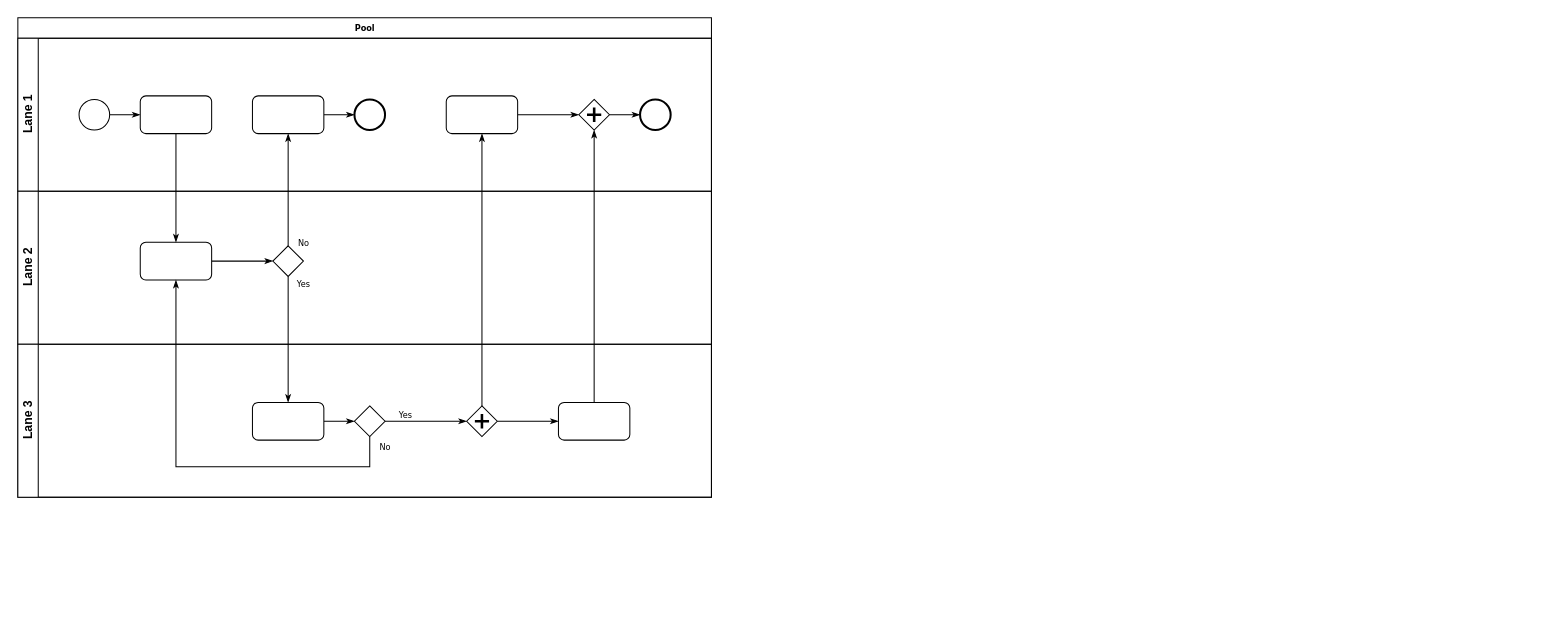
Above: fluxogramas/Diagrama sem nome.drawio in felipegps/fluxogramas (draw.io), before the change. Source tidied: cells renumbered, new cells numbered last; positions are measured from the earlier drawing's top-left corner, leaving out a move shared by most shapes. Both pictures are drawn from the tidied source at 102%, with x=0, y=0 at pixel (17, 17).
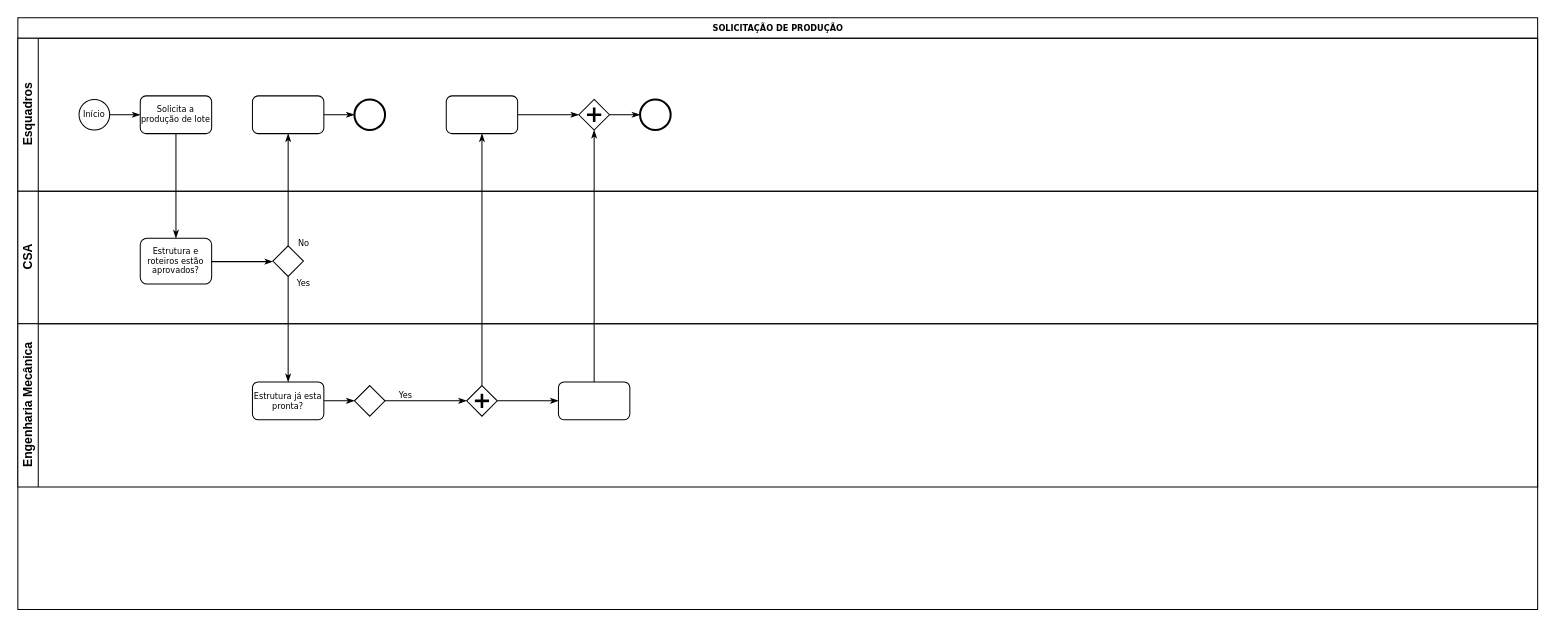
The same diagram, later.

The change refers to these unchanged cells:
```xml
<mxCell id="18" style="strokeWidth=1;html=1;shape=mxgraph.flowchart.decision;whiteSpace=wrap;rounded=1;shadow=0;labelBackgroundColor=none;fontFamily=Verdana;fontSize=8;align=center;" parent="15" vertex="1">
  <mxGeometry x="250" y="53.5" width="30" height="30" as="geometry" />
</mxCell>
<mxCell id="23" style="strokeWidth=1;html=1;shape=mxgraph.flowchart.decision;whiteSpace=wrap;rounded=1;shadow=0;labelBackgroundColor=none;fontFamily=Verdana;fontSize=8;align=center;" parent="19" vertex="1">
  <mxGeometry x="330" y="60.5" width="30" height="30" as="geometry" />
</mxCell>
```

Diff of the diagram source:
```diff
@@
-    <mxCell id="2" value="Pool" style="swimlane;html=1;horizontal=1;startSize=20;rounded=0;shadow=0;labelBackgroundColor=none;strokeWidth=1;fontFamily=Verdana;fontSize=8;align=center;" parent="1" vertex="1">
-      <mxGeometry width="680" height="470" as="geometry" />
+    <mxCell id="2" value="SOLICITAÇÃO DE PRODUÇÃO" style="swimlane;html=1;horizontal=1;startSize=20;rounded=0;shadow=0;labelBackgroundColor=none;strokeWidth=1;fontFamily=Verdana;fontSize=8;align=center;" parent="1" vertex="1">
+      <mxGeometry width="1490" height="580" as="geometry" />
     </mxCell>
-    <mxCell id="3" value="Lane 1" style="swimlane;html=1;startSize=20;horizontal=0;" parent="2" vertex="1">
-      <mxGeometry y="20" width="680" height="150" as="geometry" />
+    <mxCell id="3" value="Esquadros" style="swimlane;html=1;startSize=20;horizontal=0;" parent="2" vertex="1">
+      <mxGeometry y="20" width="1490" height="150" as="geometry" />
     </mxCell>
@@
-    <mxCell id="5" style="ellipse;whiteSpace=wrap;html=1;rounded=0;shadow=0;labelBackgroundColor=none;strokeWidth=1;fontFamily=Verdana;fontSize=8;align=center;" parent="3" vertex="1">
+    <mxCell id="5" value="Início" style="ellipse;whiteSpace=wrap;html=1;rounded=0;shadow=0;labelBackgroundColor=none;strokeWidth=1;fontFamily=Verdana;fontSize=8;align=center;" parent="3" vertex="1">
       <mxGeometry x="60" y="60" width="30" height="30" as="geometry" />
     </mxCell>
-    <mxCell id="6" style="rounded=1;whiteSpace=wrap;html=1;shadow=0;labelBackgroundColor=none;strokeWidth=1;fontFamily=Verdana;fontSize=8;align=center;" parent="3" vertex="1">
+    <mxCell id="6" value="Solicita a produção de lote" style="rounded=1;whiteSpace=wrap;html=1;shadow=0;labelBackgroundColor=none;strokeWidth=1;fontFamily=Verdana;fontSize=8;align=center;" parent="3" vertex="1">
       <mxGeometry x="120" y="56.5" width="70" height="37" as="geometry" />
     </mxCell>
@@
-    <mxCell id="15" value="Lane 2" style="swimlane;html=1;startSize=20;horizontal=0;" parent="2" vertex="1">
-      <mxGeometry y="170" width="680" height="150" as="geometry" />
+    <mxCell id="15" value="CSA" style="swimlane;html=1;startSize=20;horizontal=0;" parent="2" vertex="1">
+      <mxGeometry y="170" width="1490" height="130" as="geometry" />
     </mxCell>
-    <mxCell id="16" style="edgeStyle=orthogonalEdgeStyle;rounded=0;html=1;labelBackgroundColor=none;startArrow=none;startFill=0;startSize=5;endArrow=classicThin;endFill=1;endSize=5;jettySize=auto;strokeWidth=1;fontFamily=Verdana;fontSize=8;" parent="15" edge="1" source="17" target="18">
-      <mxGeometry relative="1" as="geometry" />
+    <mxCell id="16" style="edgeStyle=orthogonalEdgeStyle;rounded=0;html=1;labelBackgroundColor=none;startArrow=none;startFill=0;startSize=5;endArrow=classicThin;endFill=1;endSize=5;jettySize=auto;strokeWidth=1;fontFamily=Verdana;fontSize=8;exitX=0.987;exitY=0.418;exitDx=0;exitDy=0;exitPerimeter=0;" parent="15" edge="1" source="17" target="18">
+      <mxGeometry relative="1" as="geometry">
+        <Array as="points">
+          <mxPoint x="189" y="69" />
+        </Array>
+      </mxGeometry>
     </mxCell>
-    <mxCell id="17" style="rounded=1;whiteSpace=wrap;html=1;shadow=0;labelBackgroundColor=none;strokeWidth=1;fontFamily=Verdana;fontSize=8;align=center;" parent="15" vertex="1">
-      <mxGeometry x="120" y="50" width="70" height="37" as="geometry" />
+    <mxCell id="17" value="Estrutura e roteiros estão aprovados?" style="rounded=1;whiteSpace=wrap;html=1;shadow=0;labelBackgroundColor=none;strokeWidth=1;fontFamily=Verdana;fontSize=8;align=center;" parent="15" vertex="1">
+      <mxGeometry x="120" y="46" width="70" height="45" as="geometry" />
     </mxCell>
@@
-    <mxCell id="19" value="Lane 3" style="swimlane;html=1;startSize=20;horizontal=0;" parent="2" vertex="1">
-      <mxGeometry y="320" width="680" height="150" as="geometry" />
+    <mxCell id="19" value="Engenharia Mecânica" style="swimlane;html=1;startSize=20;horizontal=0;" parent="2" vertex="1">
+      <mxGeometry y="300" width="1490" height="160" as="geometry" />
     </mxCell>
@@
-    <mxCell id="21" style="rounded=1;whiteSpace=wrap;html=1;shadow=0;labelBackgroundColor=none;strokeWidth=1;fontFamily=Verdana;fontSize=8;align=center;" parent="19" vertex="1">
+    <mxCell id="21" value="Estrutura já esta pronta?" style="rounded=1;whiteSpace=wrap;html=1;shadow=0;labelBackgroundColor=none;strokeWidth=1;fontFamily=Verdana;fontSize=8;align=center;" parent="19" vertex="1">
       <mxGeometry x="230" y="57" width="70" height="37" as="geometry" />
     </mxCell>
@@
-    <mxCell id="31" value="No" style="edgeStyle=orthogonalEdgeStyle;rounded=0;html=1;labelBackgroundColor=none;startArrow=none;startFill=0;startSize=5;endArrow=classicThin;endFill=1;endSize=5;jettySize=auto;strokeWidth=1;fontFamily=Verdana;fontSize=8;" parent="2" edge="1" source="23" target="17">
-      <mxGeometry x="-0.95" y="15" relative="1" as="geometry">
-        <Array as="points">
-          <mxPoint x="345" y="440" />
-          <mxPoint x="155" y="440" />
-        </Array>
-      </mxGeometry>
-    </mxCell>
```
